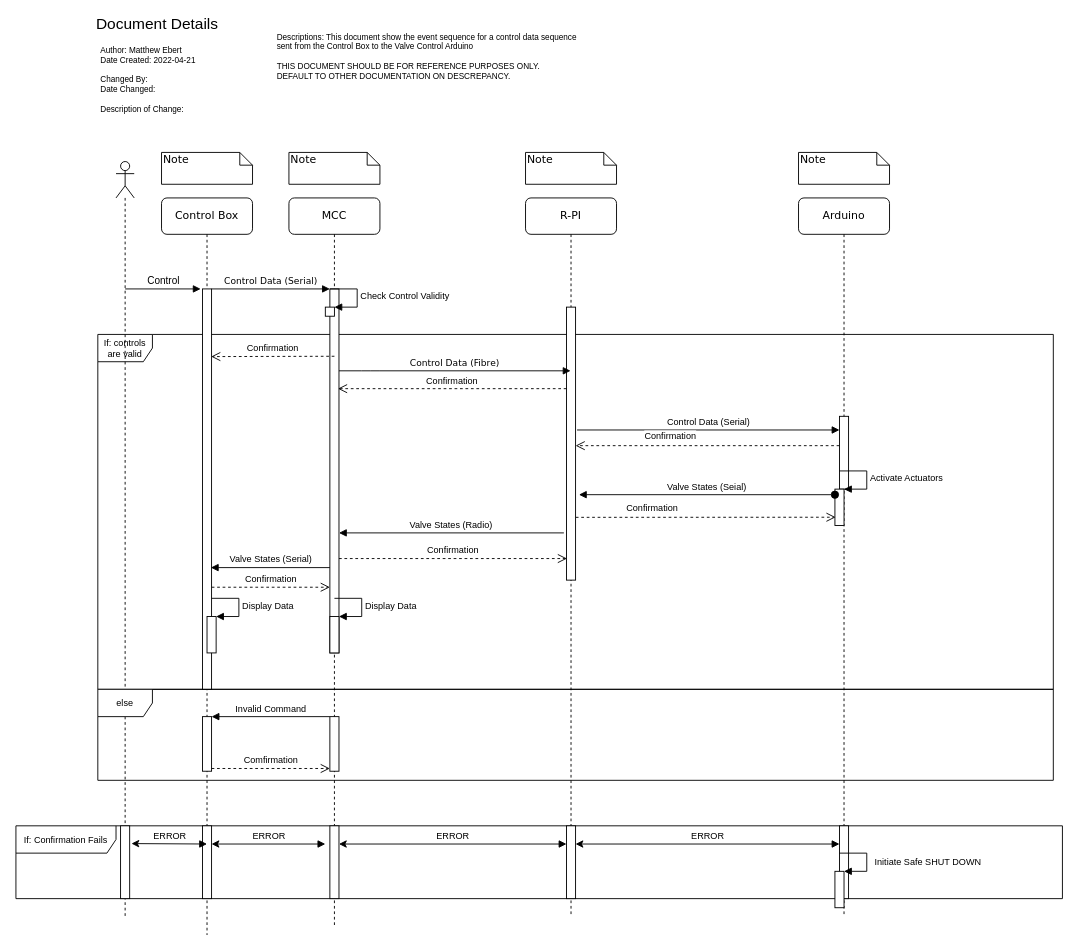
Above: requirements_design/control_data_sequence.drawio in UVicRocketry/Hybrid-Controls-System (draw.io), before the change. Source tidied: cells renumbered, new cells numbered last; positions are measured from the earlier drawing's top-left corner, leaving out a move shared by most shapes. Both pictures are drawn from the tidied source at 91%, with x=0, y=0 at pixel (15, 15).
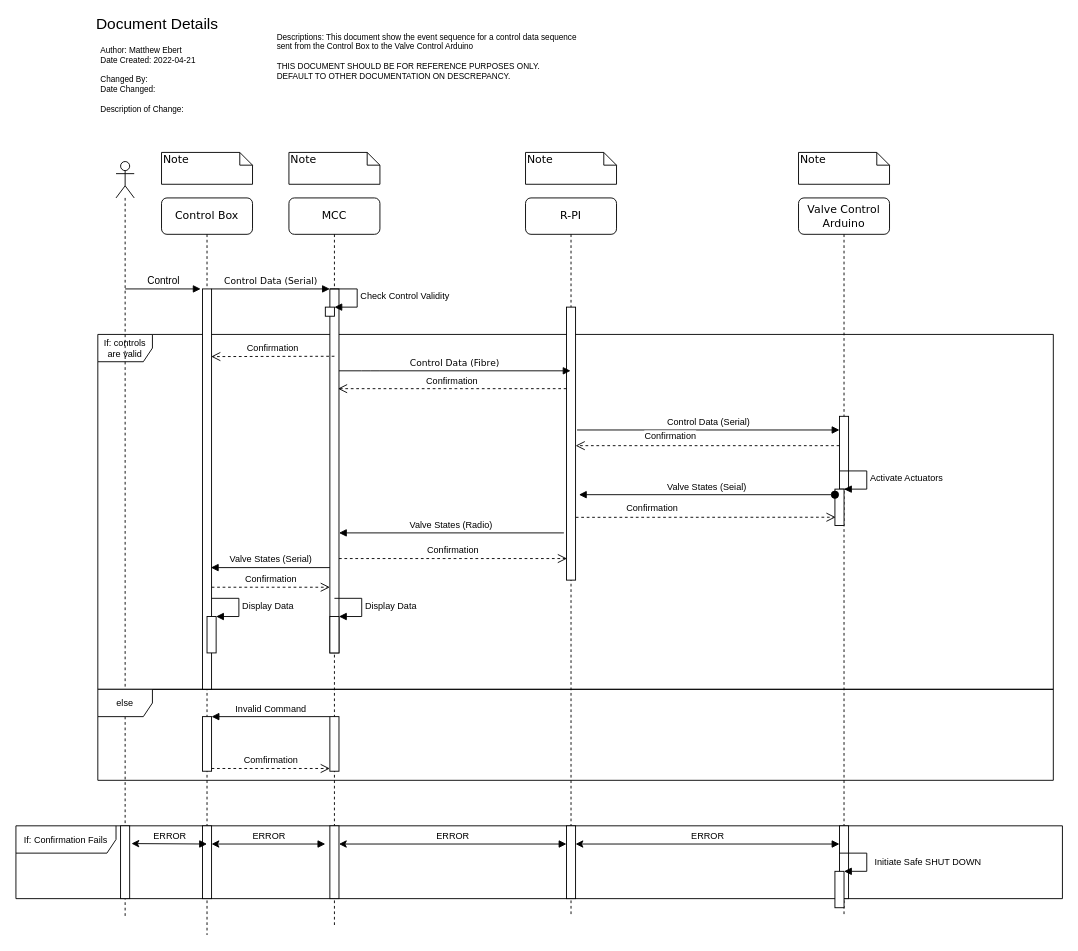
The same page after the edit.

The edit, as a diff of the source:
```diff
@@
-    <mxCell id="11" value="Arduino" style="shape=umlLifeline;perimeter=lifelinePerimeter;whiteSpace=wrap;html=1;rounded=1;shadow=0;comic=0;labelBackgroundColor=none;strokeWidth=1;fontFamily=Verdana;fontSize=12;align=center;" parent="1" vertex="1">
+    <mxCell id="11" value="Valve Control Arduino" style="shape=umlLifeline;perimeter=lifelinePerimeter;whiteSpace=wrap;html=1;rounded=1;shadow=0;comic=0;labelBackgroundColor=none;strokeWidth=1;fontFamily=Verdana;fontSize=12;align=center;" parent="1" vertex="1">
       <mxGeometry x="860" y="200" width="100" height="790" as="geometry" />
     </mxCell>
```
